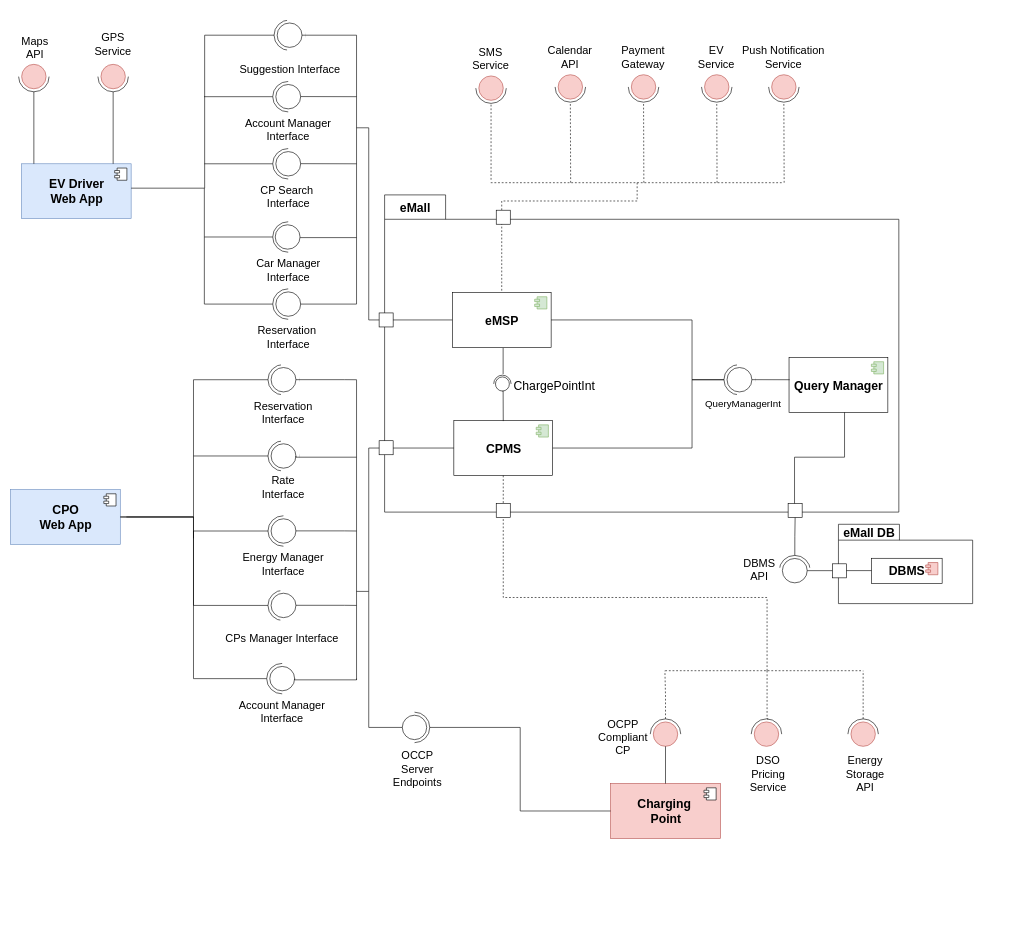
gio-del/eMall keeps this draw.io diagram as DD/src/componentDiagram/overview_component_diagram.drawio. Above is the earlier version. Source tidied: cells renumbered, new cells numbered last; positions are measured from the earlier drawing's top-left corner, leaving out a move shared by most shapes. Both pictures are drawn from the tidied source at 61%, with x=0, y=0 at pixel (10, 10).
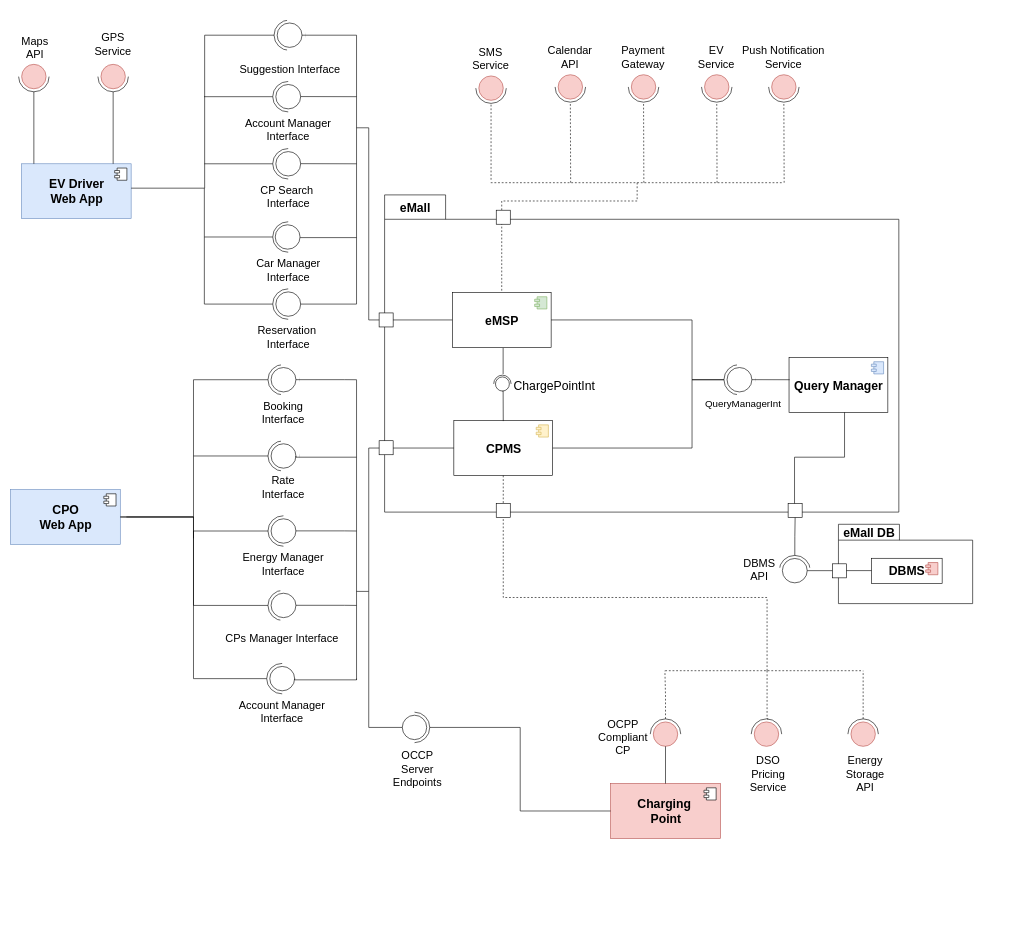
The same page after the edit.

The change refers to these unchanged cells:
```xml
<mxCell id="82" style="group;dashed=1;fontSize=20;" parent="1" vertex="1">
  <mxGeometry x="334" y="962" width="290" height="100" as="geometry" />
</mxCell>
<mxCell id="167" value="&lt;b&gt;CPMS&lt;/b&gt;" style="html=1;fontSize=20;fontStyle=0;" parent="160" vertex="1">
  <mxGeometry x="100.5" y="370" width="162" height="90" as="geometry" />
</mxCell>
<mxCell id="170" value="&lt;b style=&quot;font-size: 20px;&quot;&gt;Query Manager&lt;/b&gt;" style="html=1;fontSize=20;fontStyle=0;" parent="160" vertex="1">
  <mxGeometry x="650" y="266.5" width="162" height="90" as="geometry" />
</mxCell>
```

Diff of the diagram source:
```diff
@@
-    <mxCell id="85" value="Reservation&lt;br&gt;Interface" style="text;html=1;strokeColor=none;fillColor=none;align=center;verticalAlign=middle;whiteSpace=wrap;rounded=0;fontSize=18;" parent="82" vertex="1">
+    <mxCell id="85" value="Booking&lt;br&gt;Interface" style="text;html=1;strokeColor=none;fillColor=none;align=center;verticalAlign=middle;whiteSpace=wrap;rounded=0;fontSize=18;" parent="82" vertex="1">
       <mxGeometry x="16.4" y="-317" width="193.7" height="30" as="geometry" />
     </mxCell>
@@
-    <mxCell id="168" style="shape=module;jettyWidth=8;jettyHeight=4;fontSize=20;fillColor=#d5e8d4;strokeColor=#82b366;" parent="167" vertex="1">
+    <mxCell id="168" style="shape=module;jettyWidth=8;jettyHeight=4;fontSize=20;fillColor=#fff2cc;strokeColor=#d6b656;" parent="167" vertex="1">
       <mxGeometry x="1" width="20" height="20" relative="1" as="geometry">
         <mxPoint x="-27" y="7" as="offset" />
       </mxGeometry>
     </mxCell>
@@
-    <mxCell id="171" style="shape=module;jettyWidth=8;jettyHeight=4;fontSize=20;fillColor=#d5e8d4;strokeColor=#82b366;" parent="170" vertex="1">
+    <mxCell id="171" style="shape=module;jettyWidth=8;jettyHeight=4;fontSize=20;fillColor=#dae8fc;strokeColor=#6c8ebf;" parent="170" vertex="1">
       <mxGeometry x="1" width="20" height="20" relative="1" as="geometry">
         <mxPoint x="-27" y="7" as="offset" />
       </mxGeometry>
     </mxCell>
```
